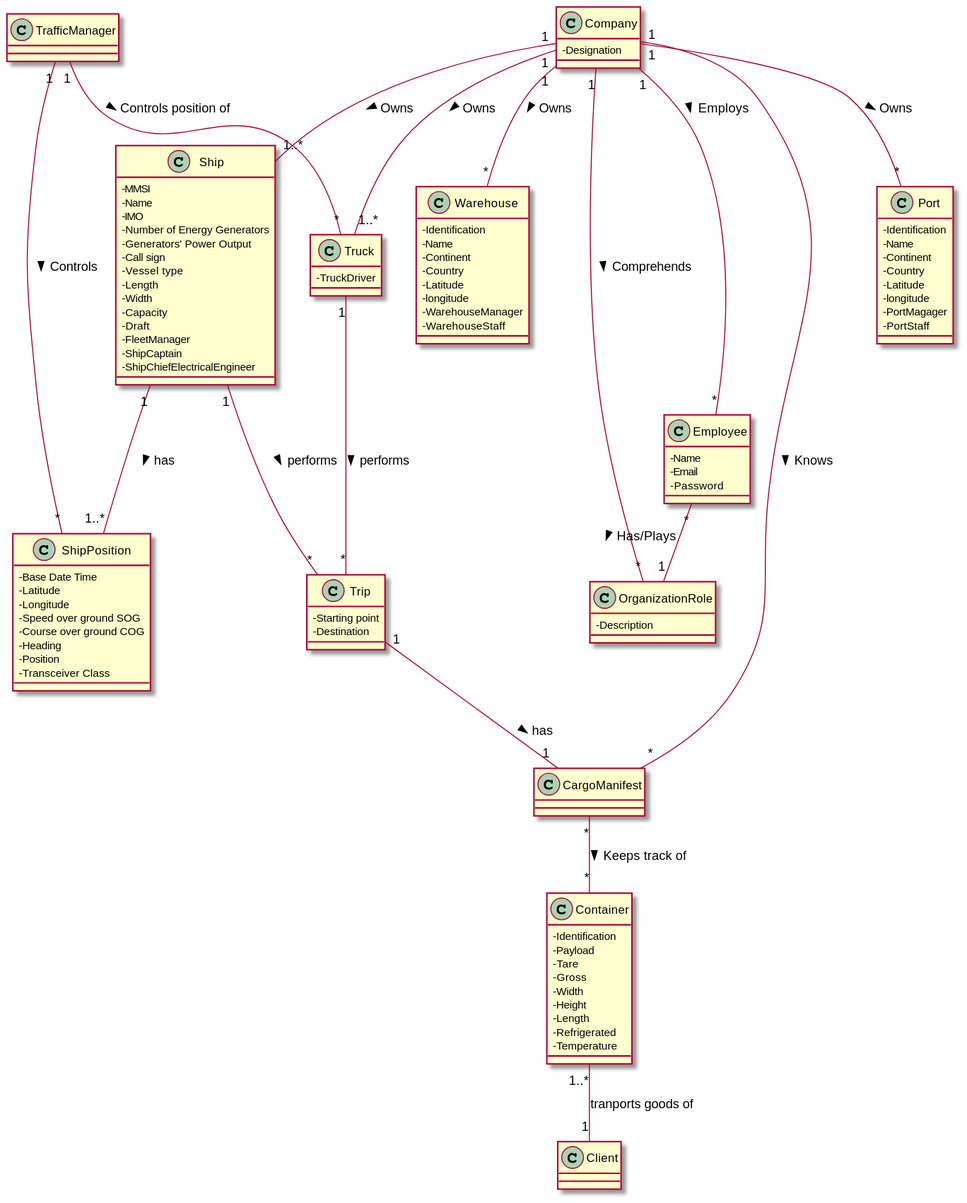
Earlier version of the PlantUML export docs/Sprint 2/Domain Model/DM.svg (1190772/LAB-Project-3).
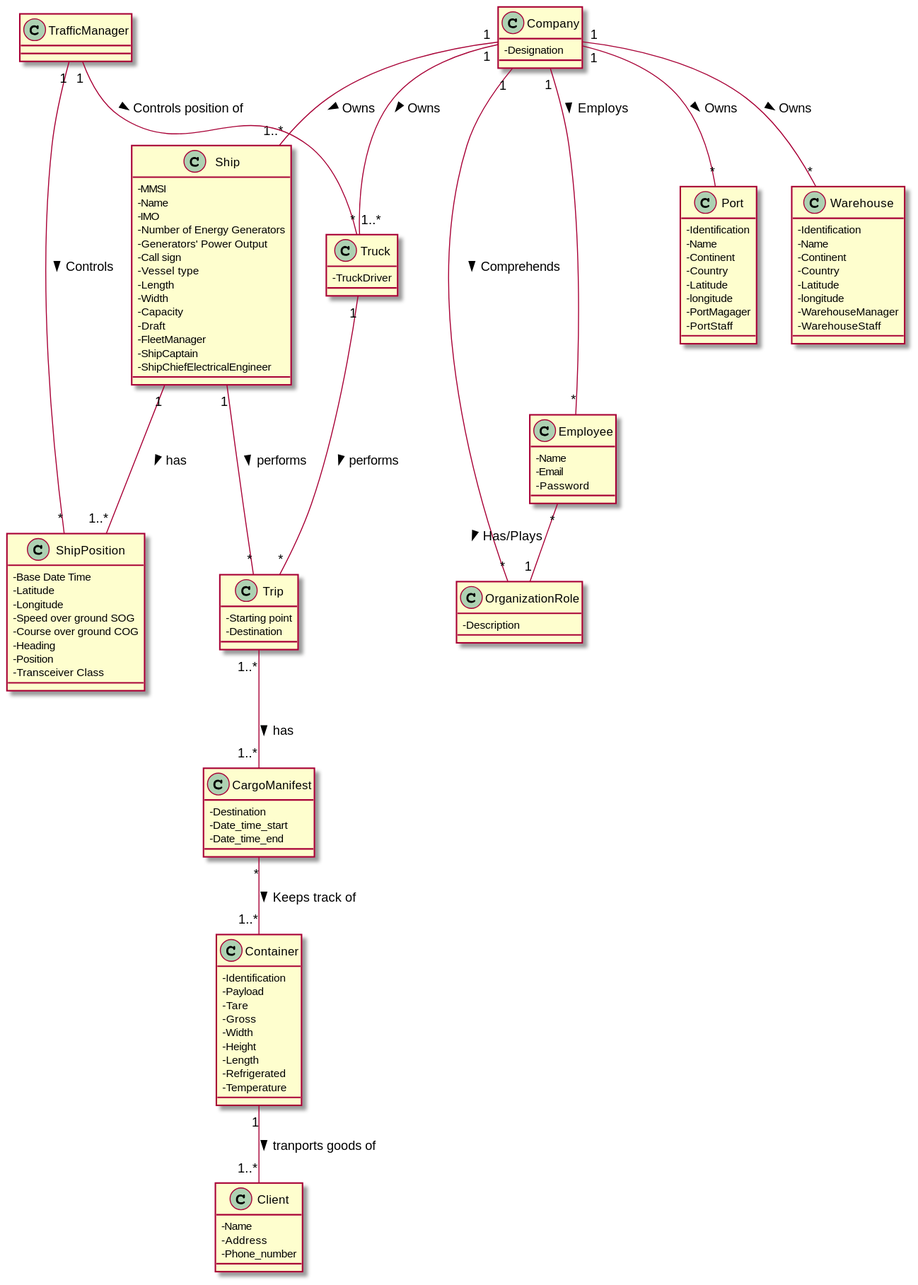
The same file after the commit.

Commit message:
Corrections to the Domain Model.

Change to the diagram source:
```diff
@@ -50,7 +50,11 @@
 -TruckDriver
 }
 
-class Client
+class Client {
+-Name
+-Address
+-Phone_number
+}
 
 class Port {
 -Identification
@@ -86,7 +90,11 @@
 
 class TrafficManager
 
-class CargoManifest
+class CargoManifest {
+-Destination
+-Date_time_start
+-Date_time_end
+}
 
 class Trip {
 -Starting point
@@ -98,17 +106,16 @@
 Company "1" -- "*" Port : Owns >
 Company "1" -- "*" Warehouse : Owns >
 Company "1" -- "*" Employee : Employs >
-Company "1" -- "*" CargoManifest : Knows >
 Company "1" --- "*" OrganizationRole : Comprehends >
 Employee "*" - "1" OrganizationRole : Has/Plays >
 Ship "1" -- "*" Trip : performs >
-Trip "1" -- "1" CargoManifest : has >
+Trip "1..*" -- "1..*" CargoManifest : has >
 Ship "1" -- "1..*" ShipPosition : has >
 TrafficManager "1" - "*" ShipPosition : Controls >
 TrafficManager "1" -- "*" Truck : Controls position of >
 Truck "1" -- "*" Trip : performs >
-CargoManifest "*" -- "*" Container : Keeps track of >
-Container "1..*" -- "1" Client : tranports goods of
+CargoManifest "*" -- "1..*" Container : Keeps track of >
+Container "1" -- "1..*" Client : tranports goods of >
 
 
 @enduml
```
